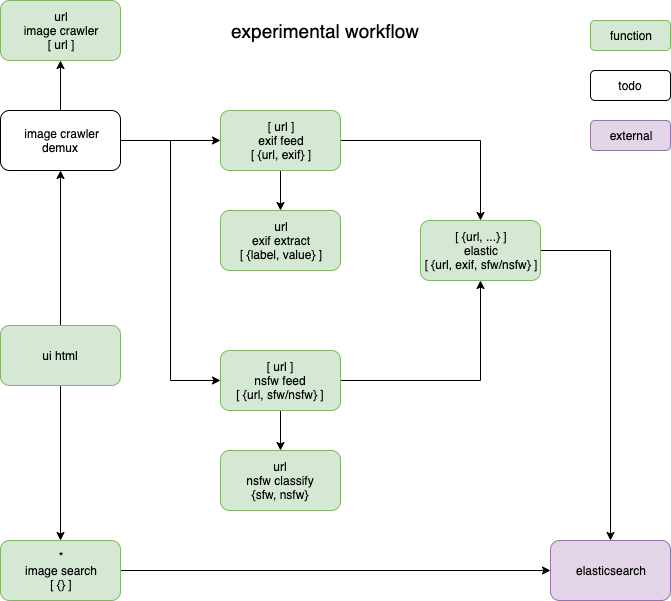
Earlier version of the draw.io export gezellig.png (servernull/gezellig). Source tidied: cells renumbered, new cells last; positions are measured from the earlier drawing's top-left corner, leaving out a move shared by most shapes.
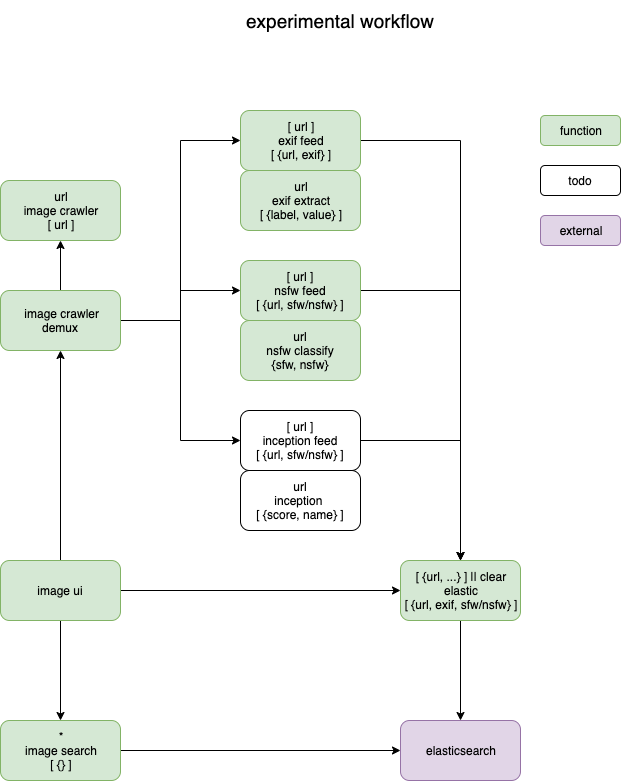
Above is the later version.

The edit, as a diff of the source:
```diff
@@ -2,44 +2,26 @@
   <root>
     <mxCell id="0" />
     <mxCell id="1" parent="0" />
-    <mxCell id="2" value="url&lt;br&gt;exif extract&lt;br&gt;[ {label, value} ]" style="rounded=1;whiteSpace=wrap;html=1;fillColor=#d5e8d4;strokeColor=#82b366;" parent="1" vertex="1">
-      <mxGeometry x="220" y="210" width="120" height="60" as="geometry" />
-    </mxCell>
-    <mxCell id="3" style="edgeStyle=orthogonalEdgeStyle;rounded=0;jettySize=auto;html=1;" parent="1" edge="1" source="5" target="10">
-      <mxGeometry relative="1" as="geometry" />
-    </mxCell>
     <mxCell id="4" style="edgeStyle=orthogonalEdgeStyle;rounded=0;jettySize=auto;html=1;" parent="1" edge="1" source="5" target="12">
       <mxGeometry relative="1" as="geometry" />
     </mxCell>
-    <mxCell id="5" value="[ url ]&lt;br&gt;nsfw feed&lt;br&gt;[ {url, sfw/nsfw} ]" style="rounded=1;whiteSpace=wrap;html=1;fillColor=#d5e8d4;strokeColor=#82b366;" parent="1" vertex="1">
-      <mxGeometry x="220" y="350" width="120" height="60" as="geometry" />
-    </mxCell>
     <mxCell id="6" value="url&lt;br&gt;image crawler&lt;br&gt;[ url ]" style="rounded=1;whiteSpace=wrap;html=1;fillColor=#d5e8d4;strokeColor=#82b366;" parent="1" vertex="1">
       <mxGeometry width="120" height="60" as="geometry" />
     </mxCell>
-    <mxCell id="7" style="edgeStyle=orthogonalEdgeStyle;rounded=0;jettySize=auto;html=1;entryX=0.5;entryY=0;entryDx=0;entryDy=0;" parent="1" edge="1" source="9" target="2">
-      <mxGeometry relative="1" as="geometry" />
-    </mxCell>
     <mxCell id="8" style="edgeStyle=orthogonalEdgeStyle;rounded=0;jettySize=auto;html=1;entryX=0.5;entryY=0;entryDx=0;entryDy=0;" parent="1" edge="1" source="9" target="12">
       <mxGeometry relative="1" as="geometry" />
     </mxCell>
-    <mxCell id="9" value="[ url ]&lt;br&gt;exif feed&lt;br&gt;[ {url, exif} ]" style="rounded=1;whiteSpace=wrap;html=1;fillColor=#d5e8d4;strokeColor=#82b366;" parent="1" vertex="1">
-      <mxGeometry x="220" y="110" width="120" height="60" as="geometry" />
-    </mxCell>
-    <mxCell id="10" value="url&lt;br&gt;nsfw classify&lt;br&gt;{sfw, nsfw}" style="rounded=1;whiteSpace=wrap;html=1;fillColor=#d5e8d4;strokeColor=#82b366;" parent="1" vertex="1">
-      <mxGeometry x="220" y="450" width="120" height="60" as="geometry" />
-    </mxCell>
     <mxCell id="11" style="edgeStyle=orthogonalEdgeStyle;rounded=0;jettySize=auto;html=1;" parent="1" edge="1" source="12" target="14">
       <mxGeometry relative="1" as="geometry" />
     </mxCell>
-    <mxCell id="12" value="[ {url, ...} ]&lt;br&gt;elastic&lt;br&gt;[ {url, exif, sfw/nsfw} ]" style="rounded=1;whiteSpace=wrap;html=1;fillColor=#d5e8d4;strokeColor=#82b366;" parent="1" vertex="1">
-      <mxGeometry x="420" y="220" width="120" height="60" as="geometry" />
+    <mxCell id="12" value="[ {url, ...} ] || clear&lt;br&gt;elastic&lt;br&gt;[ {url, exif, sfw/nsfw} ]" style="rounded=1;whiteSpace=wrap;html=1;fillColor=#d5e8d4;strokeColor=#82b366;" parent="1" vertex="1">
+      <mxGeometry x="400" y="380" width="120" height="60" as="geometry" />
     </mxCell>
     <mxCell id="13" value="&lt;font style=&quot;font-size: 19px&quot;&gt;experimental workflow&lt;/font&gt;" style="text;html=1;strokeColor=none;fillColor=none;align=center;verticalAlign=middle;whiteSpace=wrap;rounded=0;" parent="1" vertex="1">
-      <mxGeometry x="100" y="10" width="450" height="40" as="geometry" />
+      <mxGeometry x="115" y="-180" width="450" height="40" as="geometry" />
     </mxCell>
     <mxCell id="14" value="elasticsearch" style="rounded=1;whiteSpace=wrap;html=1;fillColor=#e1d5e7;strokeColor=#9673a6;" parent="1" vertex="1">
-      <mxGeometry x="550" y="540" width="120" height="60" as="geometry" />
+      <mxGeometry x="400" y="540" width="120" height="60" as="geometry" />
     </mxCell>
     <mxCell id="15" style="edgeStyle=orthogonalEdgeStyle;rounded=0;jettySize=auto;html=1;entryX=0;entryY=0.5;entryDx=0;entryDy=0;" parent="1" edge="1" source="16" target="14">
       <mxGeometry relative="1" as="geometry" />
@@ -53,29 +35,65 @@
     <mxCell id="18" style="edgeStyle=orthogonalEdgeStyle;rounded=0;jettySize=auto;html=1;entryX=0.5;entryY=1;entryDx=0;entryDy=0;" parent="1" edge="1" source="19" target="26">
       <mxGeometry relative="1" as="geometry" />
     </mxCell>
+    <mxCell id="27" style="edgeStyle=orthogonalEdgeStyle;rounded=0;jettySize=auto;html=1;entryX=0;entryY=0.5;entryDx=0;entryDy=0;" parent="1" edge="1" source="19" target="12">
+      <mxGeometry relative="1" as="geometry" />
+    </mxCell>
-    <mxCell id="19" value="ui html" style="rounded=1;whiteSpace=wrap;html=1;fillColor=#d5e8d4;strokeColor=#82b366;" parent="1" vertex="1">
-      <mxGeometry y="325" width="120" height="60" as="geometry" />
+    <mxCell id="19" value="image ui" style="rounded=1;whiteSpace=wrap;html=1;fillColor=#d5e8d4;strokeColor=#82b366;" parent="1" vertex="1">
+      <mxGeometry y="380" width="120" height="60" as="geometry" />
     </mxCell>
     <mxCell id="20" value="function" style="rounded=1;whiteSpace=wrap;html=1;fillColor=#d5e8d4;strokeColor=#82b366;" parent="1" vertex="1">
-      <mxGeometry x="590" y="20" width="80" height="30" as="geometry" />
+      <mxGeometry x="540" y="-65" width="80" height="30" as="geometry" />
     </mxCell>
     <mxCell id="21" value="todo" style="rounded=1;whiteSpace=wrap;html=1;" parent="1" vertex="1">
-      <mxGeometry x="590" y="70" width="80" height="30" as="geometry" />
+      <mxGeometry x="540" y="-15" width="80" height="30" as="geometry" />
     </mxCell>
     <mxCell id="22" value="external" style="rounded=1;whiteSpace=wrap;html=1;fillColor=#e1d5e7;strokeColor=#9673a6;" parent="1" vertex="1">
-      <mxGeometry x="590" y="120" width="80" height="30" as="geometry" />
+      <mxGeometry x="540" y="35" width="80" height="30" as="geometry" />
     </mxCell>
     <mxCell id="23" style="edgeStyle=orthogonalEdgeStyle;rounded=0;jettySize=auto;html=1;entryX=0.5;entryY=1;entryDx=0;entryDy=0;" parent="1" edge="1" source="26" target="6">
       <mxGeometry relative="1" as="geometry" />
     </mxCell>
-    <mxCell id="24" style="edgeStyle=orthogonalEdgeStyle;rounded=0;jettySize=auto;html=1;" parent="1" edge="1" source="26" target="9">
+    <mxCell id="24" style="edgeStyle=orthogonalEdgeStyle;rounded=0;jettySize=auto;html=1;entryX=0;entryY=0.5;entryDx=0;entryDy=0;" parent="1" edge="1" source="26" target="9">
       <mxGeometry relative="1" as="geometry" />
     </mxCell>
     <mxCell id="25" style="edgeStyle=orthogonalEdgeStyle;rounded=0;jettySize=auto;html=1;entryX=0;entryY=0.5;entryDx=0;entryDy=0;" parent="1" edge="1" source="26" target="5">
       <mxGeometry relative="1" as="geometry" />
     </mxCell>
+    <mxCell id="28" style="edgeStyle=orthogonalEdgeStyle;rounded=0;jettySize=auto;html=1;entryX=0;entryY=0.5;entryDx=0;entryDy=0;" parent="1" edge="1" source="26" target="32">
+      <mxGeometry relative="1" as="geometry" />
+    </mxCell>
-    <mxCell id="26" value="&amp;nbsp;image crawler demux" style="rounded=1;whiteSpace=wrap;html=1;" parent="1" vertex="1">
+    <mxCell id="26" value="&amp;nbsp;image crawler demux" style="rounded=1;whiteSpace=wrap;html=1;fillColor=#d5e8d4;strokeColor=#82b366;" parent="1" vertex="1">
       <mxGeometry y="110" width="120" height="60" as="geometry" />
     </mxCell>
+    <mxCell id="29" style="group;" parent="1" vertex="1">
+      <mxGeometry x="240" y="-70" width="120" height="120" as="geometry" />
+    </mxCell>
+    <mxCell id="2" value="url&lt;br&gt;exif extract&lt;br&gt;[ {label, value} ]" style="rounded=1;whiteSpace=wrap;html=1;fillColor=#d5e8d4;strokeColor=#82b366;" parent="29" vertex="1">
+      <mxGeometry y="60" width="120" height="60" as="geometry" />
+    </mxCell>
+    <mxCell id="9" value="[ url ]&lt;br&gt;exif feed&lt;br&gt;[ {url, exif} ]" style="rounded=1;whiteSpace=wrap;html=1;fillColor=#d5e8d4;strokeColor=#82b366;" parent="29" vertex="1">
+      <mxGeometry width="120" height="60" as="geometry" />
+    </mxCell>
+    <mxCell id="30" style="group;" parent="1" vertex="1">
+      <mxGeometry x="240" y="80" width="120" height="120" as="geometry" />
+    </mxCell>
+    <mxCell id="5" value="[ url ]&lt;br&gt;nsfw feed&lt;br&gt;[ {url, sfw/nsfw} ]" style="rounded=1;whiteSpace=wrap;html=1;fillColor=#d5e8d4;strokeColor=#82b366;" parent="30" vertex="1">
+      <mxGeometry width="120" height="60" as="geometry" />
+    </mxCell>
+    <mxCell id="10" value="url&lt;br&gt;nsfw classify&lt;br&gt;{sfw, nsfw}" style="rounded=1;whiteSpace=wrap;html=1;fillColor=#d5e8d4;strokeColor=#82b366;" parent="30" vertex="1">
+      <mxGeometry y="60" width="120" height="60" as="geometry" />
+    </mxCell>
+    <mxCell id="31" style="group;" parent="1" vertex="1">
+      <mxGeometry x="240" y="230" width="120" height="120" as="geometry" />
+    </mxCell>
+    <mxCell id="32" value="[ url ]&lt;br&gt;inception feed&lt;br&gt;[ {url, sfw/nsfw} ]" style="rounded=1;whiteSpace=wrap;html=1;" parent="31" vertex="1">
+      <mxGeometry width="120" height="60" as="geometry" />
+    </mxCell>
+    <mxCell id="33" value="url&lt;br&gt;inception &lt;br&gt;[ {score, name} ]" style="rounded=1;whiteSpace=wrap;html=1;" parent="31" vertex="1">
+      <mxGeometry y="60" width="120" height="60" as="geometry" />
+    </mxCell>
+    <mxCell id="34" style="edgeStyle=orthogonalEdgeStyle;rounded=0;jettySize=auto;html=1;entryX=0.5;entryY=0;entryDx=0;entryDy=0;" parent="1" edge="1" source="32" target="12">
+      <mxGeometry relative="1" as="geometry" />
+    </mxCell>
   </root>
 </mxGraphModel>
```
